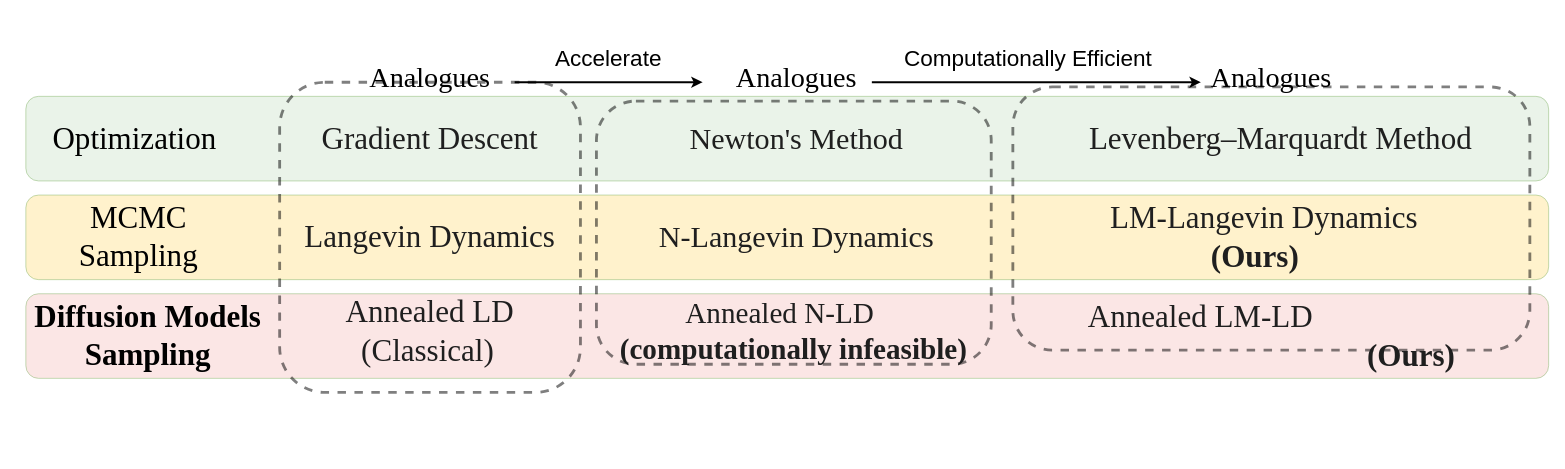
This is newton_algos.drawio from zituitui/drawio, a draw.io file, before an edit. Source tidied: cells renumbered, new cells numbered last; positions are measured from the earlier drawing's top-left corner, leaving out a move shared by most shapes. Both pictures are drawn from the tidied source at 94%, with x=0, y=0 at pixel (16, 25).
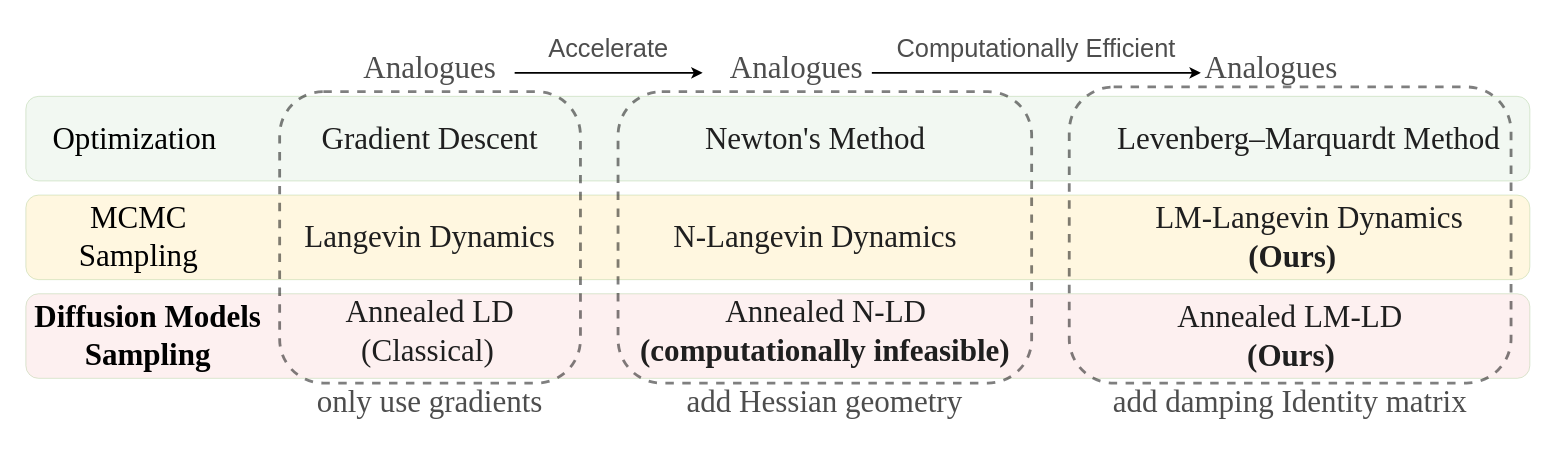
After the change.

Change to the diagram source:
```diff
@@
-    <mxCell id="2" style="rounded=1;whiteSpace=wrap;html=1;fillColor=#d5e8d4;strokeColor=#82b366;opacity=50;" parent="1" vertex="1">
-      <mxGeometry x="10" y="75" width="1620" height="90" as="geometry" />
+    <mxCell id="2" style="rounded=1;whiteSpace=wrap;html=1;fillColor=#d5e8d4;strokeColor=#82b366;opacity=30;" parent="1" vertex="1">
+      <mxGeometry x="10" y="75" width="1600" height="90" as="geometry" />
     </mxCell>
-    <mxCell id="3" style="rounded=1;whiteSpace=wrap;html=1;fillColor=#FFE599;strokeColor=#82b366;opacity=50;" parent="1" vertex="1">
-      <mxGeometry x="10" y="180" width="1620" height="90" as="geometry" />
+    <mxCell id="3" style="rounded=1;whiteSpace=wrap;html=1;fillColor=#FFE599;strokeColor=#82b366;opacity=30;" parent="1" vertex="1">
+      <mxGeometry x="10" y="180" width="1600" height="90" as="geometry" />
     </mxCell>
-    <mxCell id="4" style="rounded=1;whiteSpace=wrap;html=1;fillColor=#F8CECC;strokeColor=#82b366;opacity=50;" parent="1" vertex="1">
-      <mxGeometry x="10" y="285" width="1620" height="90" as="geometry" />
+    <mxCell id="4" style="rounded=1;whiteSpace=wrap;html=1;fillColor=#F8CECC;strokeColor=#82b366;opacity=30;" parent="1" vertex="1">
+      <mxGeometry x="10" y="285" width="1600" height="90" as="geometry" />
     </mxCell>
     <mxCell id="5" style="rounded=1;whiteSpace=wrap;html=1;fillColor=none;strokeColor=#000000;opacity=50;dashed=1;strokeWidth=3;" parent="1" vertex="1">
-      <mxGeometry x="280" y="60" width="320" height="330" as="geometry" />
+      <mxGeometry x="280" y="70" width="320" height="310" as="geometry" />
     </mxCell>
@@
     <mxCell id="12" style="rounded=1;whiteSpace=wrap;html=1;fillColor=none;strokeColor=#000000;opacity=50;dashed=1;strokeWidth=3;" parent="1" vertex="1">
-      <mxGeometry x="617" y="80" width="420" height="280" as="geometry" />
+      <mxGeometry x="640" y="70" width="440" height="310" as="geometry" />
     </mxCell>
-    <mxCell id="13" value="&lt;span style=&quot;color: rgb(31, 31, 31); font-family: &amp;quot;Times New Roman&amp;quot;; text-align: left;&quot;&gt;&lt;font style=&quot;font-size: 32px;&quot;&gt;Newton's Method&lt;/font&gt;&lt;/span&gt;" style="rounded=1;whiteSpace=wrap;html=1;fillColor=none;strokeColor=none;opacity=30;gradientColor=none;" parent="1" vertex="1">
-      <mxGeometry x="680" y="65" width="300" height="110" as="geometry" />
+    <mxCell id="13" value="&lt;span style=&quot;color: rgb(31, 31, 31); font-family: &amp;quot;Times New Roman&amp;quot;; text-align: left;&quot;&gt;&lt;font style=&quot;font-size: 33px;&quot;&gt;Newton's Method&lt;/font&gt;&lt;/span&gt;" style="rounded=1;whiteSpace=wrap;html=1;fillColor=none;strokeColor=none;opacity=30;gradientColor=none;" parent="1" vertex="1">
+      <mxGeometry x="700" y="65" width="300" height="110" as="geometry" />
     </mxCell>
-    <mxCell id="14" value="&lt;div style=&quot;text-align: left;&quot;&gt;&lt;span style=&quot;background-color: initial;&quot;&gt;&lt;font style=&quot;font-size: 32px;&quot; face=&quot;Times New Roman&quot; color=&quot;#1f1f1f&quot;&gt;N-Langevin Dynamics&lt;/font&gt;&lt;/span&gt;&lt;/div&gt;" style="rounded=1;whiteSpace=wrap;html=1;fillColor=none;strokeColor=none;opacity=30;gradientColor=none;" parent="1" vertex="1">
-      <mxGeometry x="650" y="170" width="360" height="110" as="geometry" />
+    <mxCell id="14" value="&lt;div style=&quot;text-align: left;&quot;&gt;&lt;span style=&quot;background-color: initial;&quot;&gt;&lt;font style=&quot;font-size: 33px;&quot; face=&quot;Times New Roman&quot; color=&quot;#1f1f1f&quot;&gt;N-Langevin Dynamics&lt;/font&gt;&lt;/span&gt;&lt;/div&gt;" style="rounded=1;whiteSpace=wrap;html=1;fillColor=none;strokeColor=none;opacity=30;gradientColor=none;" parent="1" vertex="1">
+      <mxGeometry x="670" y="170" width="360" height="110" as="geometry" />
     </mxCell>
-    <mxCell id="15" value="&lt;div style=&quot;text-align: left; font-size: 31px;&quot;&gt;&lt;font style=&quot;font-size: 31px;&quot;&gt;&lt;span style=&quot;color: rgb(31, 31, 31); font-family: &amp;quot;Times New Roman&amp;quot;;&quot;&gt;&amp;nbsp; &amp;nbsp; &amp;nbsp; &amp;nbsp; &amp;nbsp;Annealed N-LD&lt;/span&gt;&lt;br&gt;&lt;/font&gt;&lt;/div&gt;&lt;div style=&quot;text-align: left; font-size: 31px;&quot;&gt;&lt;span style=&quot;color: rgb(31, 31, 31); font-family: &amp;quot;Times New Roman&amp;quot;;&quot;&gt;&lt;b style=&quot;&quot;&gt;&lt;font style=&quot;font-size: 31px;&quot;&gt;(computationally infeasible)&lt;/font&gt;&lt;/b&gt;&lt;/span&gt;&lt;/div&gt;" style="rounded=1;whiteSpace=wrap;html=1;fillColor=none;strokeColor=none;opacity=30;gradientColor=none;" parent="1" vertex="1">
-      <mxGeometry x="637" y="270" width="380" height="110" as="geometry" />
+    <mxCell id="15" value="&lt;div style=&quot;text-align: left; font-size: 33px;&quot;&gt;&lt;font style=&quot;font-size: 33px;&quot;&gt;&lt;span style=&quot;color: rgb(31, 31, 31); font-family: &amp;quot;Times New Roman&amp;quot;;&quot;&gt;&amp;nbsp; &amp;nbsp; &amp;nbsp; &amp;nbsp; &amp;nbsp; &amp;nbsp;Annealed N-LD&lt;/span&gt;&lt;br&gt;&lt;/font&gt;&lt;/div&gt;&lt;div style=&quot;text-align: left; font-size: 33px;&quot;&gt;&lt;span style=&quot;color: rgb(31, 31, 31); font-family: &amp;quot;Times New Roman&amp;quot;;&quot;&gt;&lt;b style=&quot;&quot;&gt;&lt;font style=&quot;font-size: 33px;&quot;&gt;(computationally infeasible)&lt;/font&gt;&lt;/b&gt;&lt;/span&gt;&lt;/div&gt;" style="rounded=1;whiteSpace=wrap;html=1;fillColor=none;strokeColor=none;opacity=30;gradientColor=none;" parent="1" vertex="1">
+      <mxGeometry x="628.5" y="270" width="463" height="110" as="geometry" />
     </mxCell>
-    <mxCell id="16" value="&lt;div style=&quot;text-align: left;&quot;&gt;&lt;font face=&quot;Times New Roman&quot;&gt;&lt;span style=&quot;font-size: 30px;&quot;&gt;Analogues&lt;/span&gt;&lt;/font&gt;&lt;br&gt;&lt;/div&gt;" style="rounded=1;whiteSpace=wrap;html=1;fillColor=none;strokeColor=none;opacity=30;gradientColor=none;" parent="1" vertex="1">
-      <mxGeometry x="290" width="300" height="110" as="geometry" />
+    <mxCell id="16" value="&lt;div style=&quot;text-align: left;&quot;&gt;&lt;font color=&quot;#4d4d4d&quot; style=&quot;font-size: 33px;&quot; face=&quot;Times New Roman&quot;&gt;Analogues&lt;/font&gt;&lt;br&gt;&lt;/div&gt;" style="rounded=1;whiteSpace=wrap;html=1;fillColor=none;strokeColor=none;opacity=30;gradientColor=none;" parent="1" vertex="1">
+      <mxGeometry x="290" y="-10" width="300" height="110" as="geometry" />
     </mxCell>
-    <mxCell id="17" value="&lt;div style=&quot;text-align: left;&quot;&gt;&lt;span style=&quot;font-family: &amp;quot;Times New Roman&amp;quot;; font-size: 30px;&quot;&gt;Analogues&lt;/span&gt;&lt;br&gt;&lt;/div&gt;" style="rounded=1;whiteSpace=wrap;html=1;fillColor=none;strokeColor=none;opacity=30;gradientColor=none;" parent="1" vertex="1">
-      <mxGeometry x="680" width="300" height="110" as="geometry" />
+    <mxCell id="17" value="&lt;div style=&quot;text-align: left;&quot;&gt;&lt;span style=&quot;color: rgb(77, 77, 77); font-family: &amp;quot;Times New Roman&amp;quot;; font-size: 33px;&quot;&gt;Analogues&lt;/span&gt;&lt;br&gt;&lt;/div&gt;" style="rounded=1;whiteSpace=wrap;html=1;fillColor=none;strokeColor=none;opacity=30;gradientColor=none;" parent="1" vertex="1">
+      <mxGeometry x="680" y="-10" width="300" height="110" as="geometry" />
     </mxCell>
     <mxCell id="18" style="rounded=1;whiteSpace=wrap;html=1;fillColor=none;strokeColor=#000000;opacity=50;dashed=1;strokeWidth=3;" parent="1" vertex="1">
-      <mxGeometry x="1060" y="65" width="550" height="280" as="geometry" />
+      <mxGeometry x="1120" y="65" width="470" height="315" as="geometry" />
     </mxCell>
     <mxCell id="19" value="&lt;span style=&quot;text-align: left;&quot;&gt;&lt;font style=&quot;&quot;&gt;&lt;font style=&quot;font-size: 33px;&quot; face=&quot;Times New Roman&quot; color=&quot;#1f1f1f&quot;&gt;Levenberg–Marquardt&amp;nbsp;Method&lt;/font&gt;&lt;/font&gt;&lt;/span&gt;" style="rounded=1;whiteSpace=wrap;html=1;fillColor=none;strokeColor=none;opacity=30;gradientColor=none;" parent="1" vertex="1">
-      <mxGeometry x="1120" y="65" width="450" height="110" as="geometry" />
+      <mxGeometry x="1150" y="65" width="450" height="110" as="geometry" />
     </mxCell>
-    <mxCell id="20" value="&lt;div style=&quot;text-align: left; font-size: 33px;&quot;&gt;&lt;font style=&quot;font-size: 33px;&quot;&gt;&lt;span style=&quot;color: rgb(31, 31, 31); font-family: &amp;quot;Times New Roman&amp;quot;; background-color: initial;&quot;&gt;LM&lt;/span&gt;&lt;span style=&quot;background-color: initial;&quot;&gt;&lt;font style=&quot;font-size: 33px;&quot; face=&quot;Times New Roman&quot; color=&quot;#1f1f1f&quot;&gt;-Langevin Dynamics&lt;/font&gt;&lt;/span&gt;&lt;/font&gt;&lt;/div&gt;&lt;div style=&quot;text-align: left; font-size: 33px;&quot;&gt;&lt;span style=&quot;background-color: initial;&quot;&gt;&lt;font style=&quot;font-size: 33px;&quot; face=&quot;Times New Roman&quot; color=&quot;#1f1f1f&quot;&gt;&amp;nbsp; &amp;nbsp; &amp;nbsp; &amp;nbsp; &amp;nbsp; &amp;nbsp; &amp;nbsp;&lt;b style=&quot;&quot;&gt;(Ours)&lt;/b&gt;&lt;/font&gt;&lt;/span&gt;&lt;/div&gt;" style="rounded=1;whiteSpace=wrap;html=1;fillColor=none;strokeColor=none;opacity=30;gradientColor=none;" parent="1" vertex="1">
-      <mxGeometry x="1115" y="170" width="425" height="110" as="geometry" />
+    <mxCell id="20" value="&lt;div style=&quot;text-align: left; font-size: 33px;&quot;&gt;&lt;font style=&quot;font-size: 33px;&quot;&gt;&lt;span style=&quot;color: rgb(31, 31, 31); font-family: &amp;quot;Times New Roman&amp;quot;; background-color: initial;&quot;&gt;LM&lt;/span&gt;&lt;span style=&quot;background-color: initial;&quot;&gt;&lt;font style=&quot;font-size: 33px;&quot; face=&quot;Times New Roman&quot; color=&quot;#1f1f1f&quot;&gt;-Langevin Dynamics&lt;/font&gt;&lt;/span&gt;&lt;/font&gt;&lt;/div&gt;&lt;div style=&quot;text-align: left; font-size: 33px;&quot;&gt;&lt;span style=&quot;background-color: initial;&quot;&gt;&lt;font style=&quot;font-size: 33px;&quot; face=&quot;Times New Roman&quot; color=&quot;#1f1f1f&quot;&gt;&amp;nbsp; &amp;nbsp; &amp;nbsp; &amp;nbsp; &amp;nbsp; &amp;nbsp;&amp;nbsp;&lt;b style=&quot;&quot;&gt;(Ours)&lt;/b&gt;&lt;/font&gt;&lt;/span&gt;&lt;/div&gt;" style="rounded=1;whiteSpace=wrap;html=1;fillColor=none;strokeColor=none;opacity=30;gradientColor=none;" parent="1" vertex="1">
+      <mxGeometry x="1162.5" y="170" width="425" height="110" as="geometry" />
     </mxCell>
-    <mxCell id="21" value="&lt;div style=&quot;text-align: left; font-size: 33px;&quot;&gt;&lt;font style=&quot;font-size: 33px;&quot;&gt;&lt;span style=&quot;color: rgb(31, 31, 31); font-family: &amp;quot;Times New Roman&amp;quot;;&quot;&gt;Annealed&amp;nbsp;&lt;/span&gt;&lt;span style=&quot;background-color: initial; color: rgb(31, 31, 31); font-family: &amp;quot;Times New Roman&amp;quot;;&quot;&gt;LM&lt;/span&gt;&lt;span style=&quot;background-color: initial;&quot;&gt;&lt;font style=&quot;font-size: 33px;&quot; face=&quot;Times New Roman&quot; color=&quot;#1f1f1f&quot;&gt;-LD&lt;/font&gt;&lt;/span&gt;&lt;br&gt;&lt;/font&gt;&lt;/div&gt;&lt;div style=&quot;text-align: left; font-size: 33px;&quot;&gt;&lt;font style=&quot;font-size: 33px;&quot;&gt;&lt;span style=&quot;color: rgb(31, 31, 31); font-family: &amp;quot;Times New Roman&amp;quot;;&quot;&gt;&amp;nbsp; &amp;nbsp; &amp;nbsp; &amp;nbsp; &amp;nbsp; &amp;nbsp; &amp;nbsp; &amp;nbsp; &amp;nbsp; &amp;nbsp; &amp;nbsp; &amp;nbsp; &amp;nbsp; &amp;nbsp; &amp;nbsp; &amp;nbsp; &amp;nbsp; &amp;nbsp; &lt;b&gt;(&lt;/b&gt;&lt;/span&gt;&lt;b&gt;&lt;span style=&quot;color: rgb(31, 31, 31); font-family: &amp;quot;Times New Roman&amp;quot;;&quot;&gt;Ours&lt;/span&gt;&lt;span style=&quot;color: rgb(31, 31, 31); font-family: &amp;quot;Times New Roman&amp;quot;;&quot;&gt;)&lt;/span&gt;&lt;/b&gt;&lt;/font&gt;&lt;/div&gt;" style="rounded=1;whiteSpace=wrap;html=1;fillColor=none;strokeColor=none;opacity=30;gradientColor=none;" parent="1" vertex="1">
-      <mxGeometry x="1067.5" y="275" width="535" height="110" as="geometry" />
+    <mxCell id="21" value="&lt;div style=&quot;text-align: left; font-size: 33px;&quot;&gt;&lt;font style=&quot;font-size: 33px;&quot;&gt;&lt;span style=&quot;color: rgb(31, 31, 31); font-family: &amp;quot;Times New Roman&amp;quot;;&quot;&gt;Annealed&amp;nbsp;&lt;/span&gt;&lt;span style=&quot;background-color: initial; color: rgb(31, 31, 31); font-family: &amp;quot;Times New Roman&amp;quot;;&quot;&gt;LM&lt;/span&gt;&lt;span style=&quot;background-color: initial;&quot;&gt;&lt;font style=&quot;font-size: 33px;&quot; face=&quot;Times New Roman&quot; color=&quot;#1f1f1f&quot;&gt;-LD&lt;/font&gt;&lt;/span&gt;&lt;br&gt;&lt;/font&gt;&lt;/div&gt;&lt;div style=&quot;text-align: left; font-size: 33px;&quot;&gt;&lt;font style=&quot;font-size: 33px;&quot;&gt;&lt;span style=&quot;color: rgb(31, 31, 31); font-family: &amp;quot;Times New Roman&amp;quot;;&quot;&gt;&amp;nbsp; &amp;nbsp; &amp;nbsp; &amp;nbsp; &amp;nbsp;&lt;b&gt;(&lt;/b&gt;&lt;/span&gt;&lt;b&gt;&lt;span style=&quot;color: rgb(31, 31, 31); font-family: &amp;quot;Times New Roman&amp;quot;;&quot;&gt;Ours&lt;/span&gt;&lt;span style=&quot;color: rgb(31, 31, 31); font-family: &amp;quot;Times New Roman&amp;quot;;&quot;&gt;)&lt;/span&gt;&lt;/b&gt;&lt;/font&gt;&lt;/div&gt;" style="rounded=1;whiteSpace=wrap;html=1;fillColor=none;strokeColor=none;opacity=30;gradientColor=none;" parent="1" vertex="1">
+      <mxGeometry x="1105" y="275" width="500" height="110" as="geometry" />
     </mxCell>
-    <mxCell id="22" value="&lt;div style=&quot;text-align: left;&quot;&gt;&lt;span style=&quot;font-family: &amp;quot;Times New Roman&amp;quot;; font-size: 30px;&quot;&gt;Analogues&lt;/span&gt;&lt;br&gt;&lt;/div&gt;" style="rounded=1;whiteSpace=wrap;html=1;fillColor=none;strokeColor=none;opacity=30;gradientColor=none;" parent="1" vertex="1">
-      <mxGeometry x="1185" width="300" height="110" as="geometry" />
+    <mxCell id="22" value="&lt;div style=&quot;text-align: left;&quot;&gt;&lt;span style=&quot;color: rgb(77, 77, 77); font-family: &amp;quot;Times New Roman&amp;quot;; font-size: 33px;&quot;&gt;Analogues&lt;/span&gt;&lt;br&gt;&lt;/div&gt;" style="rounded=1;whiteSpace=wrap;html=1;fillColor=none;strokeColor=none;opacity=30;gradientColor=none;" parent="1" vertex="1">
+      <mxGeometry x="1185" y="-10" width="300" height="110" as="geometry" />
     </mxCell>
     <mxCell id="23" style="endArrow=classic;html=1;rounded=0;strokeWidth=2;" parent="1" edge="1">
       <mxGeometry relative="1" as="geometry">
-        <mxPoint x="530" y="60" as="sourcePoint" />
-        <mxPoint x="730" y="60" as="targetPoint" />
+        <mxPoint x="530" y="50" as="sourcePoint" />
+        <mxPoint x="730" y="50" as="targetPoint" />
       </mxGeometry>
     </mxCell>
     <mxCell id="24" style="endArrow=classic;html=1;rounded=0;strokeWidth=2;" parent="1" edge="1">
       <mxGeometry relative="1" as="geometry">
-        <mxPoint x="910" y="60" as="sourcePoint" />
-        <mxPoint x="1260" y="60" as="targetPoint" />
+        <mxPoint x="910" y="50" as="sourcePoint" />
+        <mxPoint x="1260" y="50" as="targetPoint" />
       </mxGeometry>
     </mxCell>
-    <mxCell id="25" value="&lt;font style=&quot;font-size: 24px;&quot;&gt;Accelerate&lt;/font&gt;" style="text;html=1;align=center;verticalAlign=middle;whiteSpace=wrap;rounded=0;" parent="1" vertex="1">
-      <mxGeometry x="600" y="20" width="60" height="30" as="geometry" />
+    <mxCell id="25" value="&lt;font color=&quot;#4d4d4d&quot; style=&quot;font-size: 27px;&quot;&gt;Accelerate&lt;/font&gt;" style="text;html=1;align=center;verticalAlign=middle;whiteSpace=wrap;rounded=0;" parent="1" vertex="1">
+      <mxGeometry x="600" y="10" width="60" height="30" as="geometry" />
     </mxCell>
-    <mxCell id="26" value="&lt;font style=&quot;font-size: 24px;&quot;&gt;Computationally Efficient&lt;/font&gt;" style="text;html=1;align=center;verticalAlign=middle;whiteSpace=wrap;rounded=0;" parent="1" vertex="1">
-      <mxGeometry x="930" y="20" width="293" height="30" as="geometry" />
+    <mxCell id="26" value="&lt;font color=&quot;#4d4d4d&quot; style=&quot;font-size: 27px;&quot;&gt;Computationally Efficient&lt;/font&gt;" style="text;html=1;align=center;verticalAlign=middle;whiteSpace=wrap;rounded=0;" parent="1" vertex="1">
+      <mxGeometry x="930" y="10" width="310" height="30" as="geometry" />
     </mxCell>
+    <mxCell id="27" value="&lt;div style=&quot;text-align: left;&quot;&gt;&lt;font color=&quot;#4d4d4d&quot; style=&quot;font-size: 33px;&quot; face=&quot;Times New Roman&quot;&gt;only use gradients&lt;/font&gt;&lt;br&gt;&lt;/div&gt;" style="rounded=1;whiteSpace=wrap;html=1;fillColor=none;strokeColor=none;opacity=30;gradientColor=none;" parent="1" vertex="1">
+      <mxGeometry x="290" y="345" width="300" height="110" as="geometry" />
+    </mxCell>
+    <mxCell id="28" value="&lt;div style=&quot;text-align: left;&quot;&gt;&lt;font color=&quot;#4d4d4d&quot; style=&quot;font-size: 33px;&quot; face=&quot;Times New Roman&quot;&gt;add Hessian geometry&lt;/font&gt;&lt;br&gt;&lt;/div&gt;" style="rounded=1;whiteSpace=wrap;html=1;fillColor=none;strokeColor=none;opacity=30;gradientColor=none;" parent="1" vertex="1">
+      <mxGeometry x="710" y="345" width="300" height="110" as="geometry" />
+    </mxCell>
+    <mxCell id="29" value="&lt;div style=&quot;text-align: left;&quot;&gt;&lt;font face=&quot;Times New Roman&quot; color=&quot;#4d4d4d&quot;&gt;&lt;span style=&quot;font-size: 33px;&quot;&gt;add damping Identity matrix&lt;/span&gt;&lt;/font&gt;&lt;br&gt;&lt;/div&gt;" style="rounded=1;whiteSpace=wrap;html=1;fillColor=none;strokeColor=none;opacity=30;gradientColor=none;" parent="1" vertex="1">
+      <mxGeometry x="1160" y="345" width="390" height="110" as="geometry" />
+    </mxCell>
```
